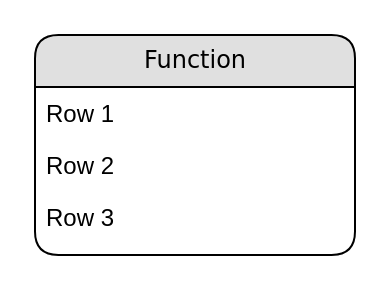
Earlier version of the draw.io diagram dataflow-pms-process1.drawio (NewSnooker/it-udvc-pms). Source tidied: cells renumbered, new cells numbered last; positions are measured from the earlier drawing's top-left corner, leaving out a move shared by most shapes. Both pictures are drawn from the tidied source at 200%, with x=0, y=0 at pixel (34, 34).
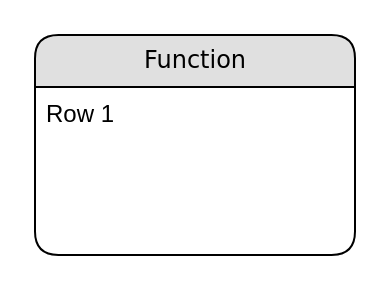
The same page after the edit.

The edit, as a diff of the source:
```diff
@@
 <mxGraphModel>
   <root>
     <mxCell id="0" />
     <mxCell id="1" parent="0" />
     <mxCell id="2" value="Function" style="swimlane;html=1;fontStyle=0;horizontal=1;startSize=26;fillColor=#e0e0e0;swimlaneFillColor=#ffffff;align=center;rounded=1;shadow=0;comic=0;labelBackgroundColor=none;strokeWidth=1;fontFamily=Verdana;fontSize=12;" parent="1" vertex="1">
       <mxGeometry width="160" height="110" as="geometry" />
     </mxCell>
     <mxCell id="3" value="Row 1" style="text;html=1;strokeColor=none;fillColor=none;spacingLeft=4;spacingRight=4;whiteSpace=wrap;overflow=hidden;" parent="2" vertex="1">
       <mxGeometry y="26" width="160" height="26" as="geometry" />
     </mxCell>
-    <mxCell id="4" value="Row 2" style="text;html=1;strokeColor=none;fillColor=none;spacingLeft=4;spacingRight=4;whiteSpace=wrap;overflow=hidden;" parent="2" vertex="1">
-      <mxGeometry y="52" width="160" height="26" as="geometry" />
-    </mxCell>
-    <mxCell id="5" value="Row 3" style="text;html=1;strokeColor=none;fillColor=none;spacingLeft=4;spacingRight=4;whiteSpace=wrap;overflow=hidden;" parent="2" vertex="1">
-      <mxGeometry y="78" width="160" height="26" as="geometry" />
-    </mxCell>
   </root>
 </mxGraphModel>
```
